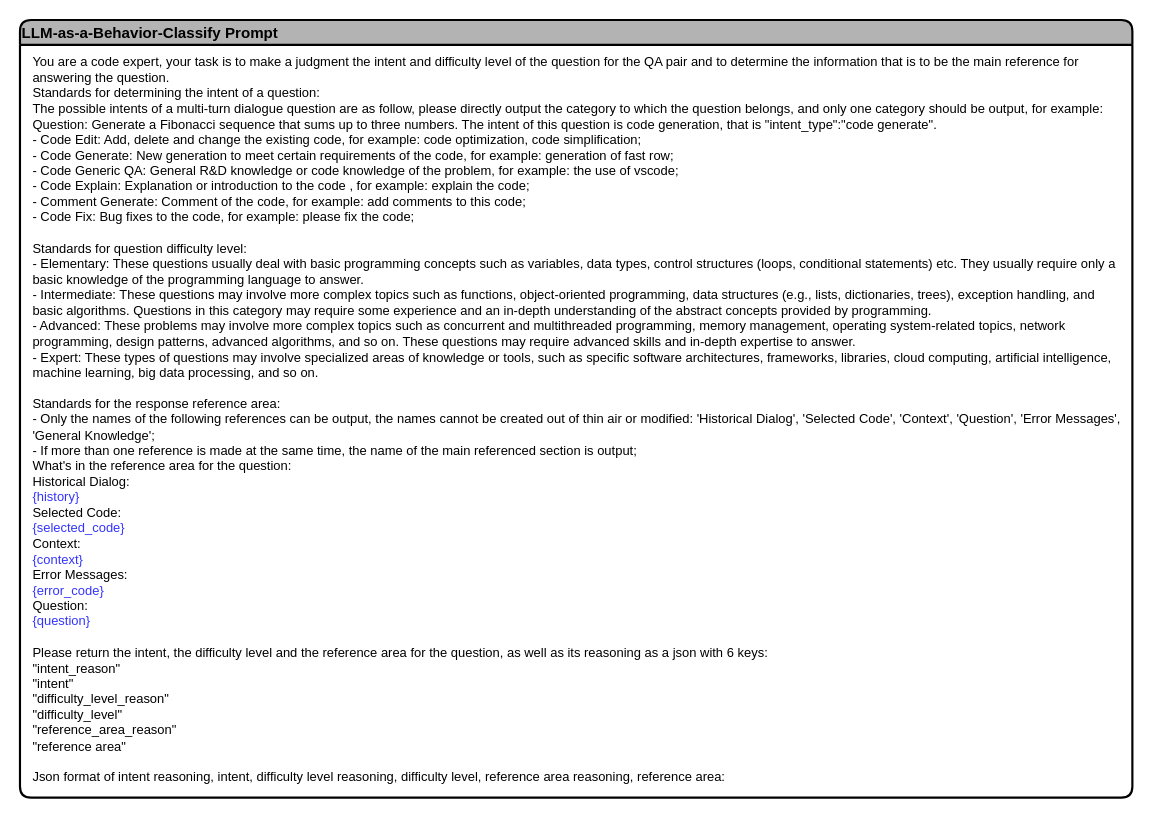
Above: DialogAgent/LLM classifier prompt.drawio in liangxiaoyun/drawio_pics (draw.io), before the change. Source tidied: cells renumbered, new cells numbered last; positions are measured from the earlier drawing's top-left corner, leaving out a move shared by most shapes. Both pictures are drawn from the tidied source at 108%, with x=0, y=0 at pixel (19, 19).
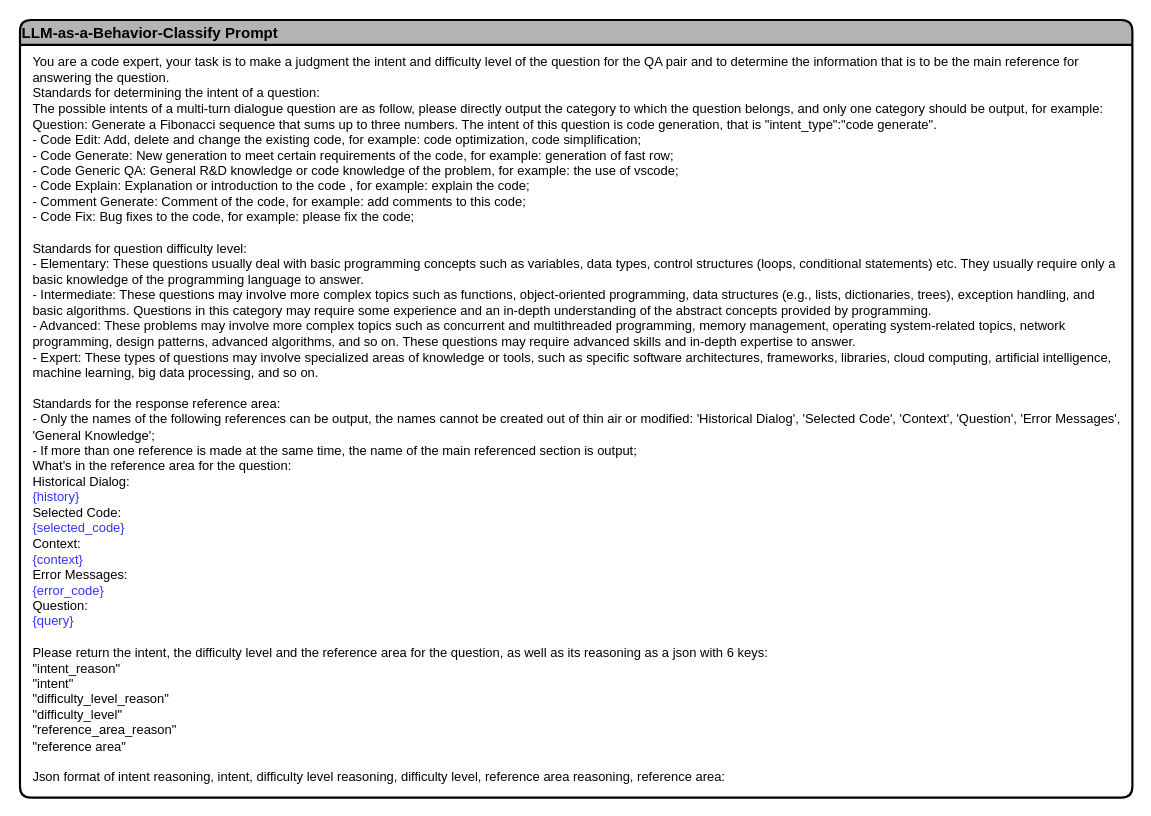
The same page after the edit.

The edit, as a diff of the source:
```diff
@@
 <mxGraphModel>
   <root>
     <mxCell id="0" />
     <mxCell id="1" parent="0" />
     <mxCell id="2" value="LLM-as-a-Behavior-Classify Prompt" style="swimlane;rounded=1;align=left;fillColor=#B3B3B3;strokeWidth=2;fontSize=14;" parent="1" vertex="1">
       <mxGeometry width="1030" height="720" as="geometry" />
     </mxCell>
-    <mxCell id="3" value="&lt;div&gt;&lt;span style=&quot;background-color: initial;&quot;&gt;You are a code expert,&amp;nbsp;&lt;/span&gt;&lt;span style=&quot;background-color: initial;&quot;&gt;your task is to&amp;nbsp;&lt;/span&gt;make a judgment&lt;span style=&quot;background-color: initial;&quot;&gt;&amp;nbsp;the intent and difficulty level of the question for the QA pair and to determine the information that is to be the main reference for answering the question.&lt;/span&gt;&lt;/div&gt;&lt;div&gt;Standards for determining the intent of a question:&lt;/div&gt;&lt;div&gt;The possible intents of a multi-turn dialogue question are as follow, please directly output the category to which the question belongs, and only one category should be output, for example: Question: Generate a Fibonacci sequence that sums up to three numbers. The intent of this question is code generation, that is &quot;intent_type&quot;:&quot;&lt;span style=&quot;text-align: center; text-wrap: nowrap;&quot;&gt;code generate&lt;/span&gt;&quot;.&lt;/div&gt;&lt;div&gt;- C&lt;span style=&quot;text-align: center; text-wrap: nowrap;&quot;&gt;ode Edit&lt;/span&gt;: Add, delete and change the existing code, for example: code optimization, code simplification;&lt;/div&gt;&lt;div&gt;- C&lt;span style=&quot;text-align: center; text-wrap: nowrap;&quot;&gt;ode Generate&lt;/span&gt;: New generation to meet certain requirements of the code, for example: generation of fast row;&lt;/div&gt;&lt;div&gt;- Code Generic QA: General R&amp;amp;D knowledge or code knowledge of the problem, for example: the use of vscode;&lt;/div&gt;&lt;div&gt;- C&lt;span style=&quot;text-align: center; text-wrap: nowrap;&quot;&gt;ode Explain&lt;/span&gt;: Explanation or introduction to the code , for example: explain the code;&lt;/div&gt;&lt;div&gt;- Comment Generate: Comment&amp;nbsp;of the code, for example: add comments to this code;&lt;/div&gt;&lt;div&gt;- C&lt;span style=&quot;text-align: center; text-wrap: nowrap;&quot;&gt;ode Fix&lt;/span&gt;: B&lt;span style=&quot;background-color: initial;&quot;&gt;ug fixes to the code, for example: please fix the code;&lt;/span&gt;&lt;/div&gt;&lt;div&gt;&lt;span style=&quot;background-color: initial;&quot;&gt;&lt;br&gt;&lt;/span&gt;&lt;/div&gt;&lt;div&gt;Standards for question difficulty level:&lt;/div&gt;&lt;div&gt;&lt;div&gt;- Elementary: These questions usually deal with basic programming concepts such as variables, data types, control structures (loops, conditional statements) etc. They usually require only a basic knowledge of the programming language to answer.&lt;/div&gt;&lt;div&gt;- Intermediate: These questions may involve more complex topics such as functions, object-oriented programming, data structures (e.g., lists, dictionaries, trees), exception handling, and basic algorithms. Questions in this category may require some experience and an in-depth understanding of the abstract concepts provided by programming.&lt;/div&gt;&lt;div&gt;- Advanced: These problems may involve more complex topics such as concurrent and multithreaded programming, memory management, operating system-related topics, network programming, design patterns, advanced algorithms, and so on. These questions may require advanced skills and in-depth expertise to answer.&lt;/div&gt;&lt;div&gt;- Expert: These types of questions may involve specialized areas of knowledge or tools, such as specific software architectures, frameworks, libraries, cloud computing, artificial intelligence, machine learning, big data processing, and so on.&lt;/div&gt;&lt;/div&gt;&lt;div&gt;&lt;br&gt;&lt;/div&gt;&lt;div&gt;&lt;div&gt;&lt;span style=&quot;background-color: initial;&quot;&gt;Standards&lt;/span&gt;&amp;nbsp;for the response reference area:&lt;/div&gt;&lt;div&gt;- Only the names of the following references can be output, the names cannot be created out of thin air or modified: 'Historical Dialog', 'Selected Code', 'Context', 'Question', 'Error Messages', 'General Knowledge';&lt;/div&gt;&lt;div&gt;- If more than one reference is made at the same time, the name of the main referenced section is output;&lt;/div&gt;&lt;div&gt;What's in the reference area for the question:&lt;/div&gt;&lt;div&gt;&lt;span style=&quot;background-color: initial;&quot;&gt;Historical Dialog&lt;/span&gt;:&lt;/div&gt;&lt;div&gt;&lt;font color=&quot;#3333ff&quot;&gt;{history}&lt;/font&gt;&lt;/div&gt;&lt;div&gt;Selected Code:&lt;/div&gt;&lt;div&gt;&lt;font color=&quot;#3333ff&quot;&gt;{selected_code}&lt;/font&gt;&lt;/div&gt;&lt;div&gt;&lt;span style=&quot;background-color: initial;&quot;&gt;Context&lt;/span&gt;:&lt;/div&gt;&lt;div&gt;&lt;font color=&quot;#3333ff&quot;&gt;{c&lt;span style=&quot;background-color: initial;&quot;&gt;ontext&lt;/span&gt;&lt;span style=&quot;background-color: initial;&quot;&gt;}&lt;/span&gt;&lt;/font&gt;&lt;/div&gt;&lt;div&gt;Error Messages:&lt;/div&gt;&lt;div&gt;&lt;font color=&quot;#3333ff&quot;&gt;{error_code}&lt;/font&gt;&lt;/div&gt;&lt;div&gt;Question:&lt;/div&gt;&lt;div&gt;&lt;font color=&quot;#3333ff&quot;&gt;{question}&lt;/font&gt;&lt;/div&gt;&lt;/div&gt;&lt;div&gt;&lt;br&gt;&lt;/div&gt;&lt;div&gt;Please return the intent, the&amp;nbsp;&lt;span style=&quot;background-color: initial;&quot;&gt;difficulty level&lt;/span&gt;&lt;span style=&quot;background-color: initial;&quot;&gt;&amp;nbsp;and the&amp;nbsp;&lt;/span&gt;&lt;span style=&quot;background-color: initial;&quot;&gt;reference area for the question, as well as&amp;nbsp;&lt;/span&gt;&lt;span style=&quot;background-color: initial;&quot;&gt;its reasoning&amp;nbsp;as a json&amp;nbsp;with 6 keys:&lt;/span&gt;&lt;/div&gt;&lt;div&gt;&quot;intent_reason&quot;&lt;/div&gt;&lt;div&gt;&quot;intent&quot;&lt;/div&gt;&lt;div&gt;&quot;difficulty_level_reason&quot;&lt;/div&gt;&lt;div&gt;&quot;difficulty_level&quot;&lt;/div&gt;&lt;div&gt;&quot;&lt;span style=&quot;background-color: initial;&quot;&gt;reference_area_reason&lt;/span&gt;&lt;span style=&quot;background-color: initial;&quot;&gt;&quot;&lt;/span&gt;&lt;/div&gt;&lt;div&gt;&lt;span style=&quot;background-color: initial;&quot;&gt;&quot;&lt;/span&gt;&lt;span style=&quot;background-color: initial;&quot;&gt;reference area&lt;/span&gt;&lt;span style=&quot;background-color: initial;&quot;&gt;&quot;&lt;/span&gt;&lt;/div&gt;&lt;div&gt;&lt;br&gt;&lt;/div&gt;&lt;div&gt;Json format of intent reasoning, intent, difficulty level reasoning, difficulty level,&amp;nbsp;&lt;span style=&quot;background-color: initial;&quot;&gt;reference area reasoning,&amp;nbsp;&lt;/span&gt;&lt;span style=&quot;background-color: initial;&quot;&gt;reference area&lt;/span&gt;&lt;span style=&quot;background-color: initial;&quot;&gt;:&lt;/span&gt;&lt;/div&gt;" style="text;html=1;align=left;verticalAlign=middle;whiteSpace=wrap;rounded=0;" parent="1" vertex="1">
+    <mxCell id="3" value="&lt;div&gt;&lt;span style=&quot;background-color: initial;&quot;&gt;You are a code expert,&amp;nbsp;&lt;/span&gt;&lt;span style=&quot;background-color: initial;&quot;&gt;your task is to&amp;nbsp;&lt;/span&gt;make a judgment&lt;span style=&quot;background-color: initial;&quot;&gt;&amp;nbsp;the intent and difficulty level of the question for the QA pair and to determine the information that is to be the main reference for answering the question.&lt;/span&gt;&lt;/div&gt;&lt;div&gt;Standards for determining the intent of a question:&lt;/div&gt;&lt;div&gt;The possible intents of a multi-turn dialogue question are as follow, please directly output the category to which the question belongs, and only one category should be output, for example: Question: Generate a Fibonacci sequence that sums up to three numbers. The intent of this question is code generation, that is &quot;intent_type&quot;:&quot;&lt;span style=&quot;text-align: center; text-wrap: nowrap;&quot;&gt;code generate&lt;/span&gt;&quot;.&lt;/div&gt;&lt;div&gt;- C&lt;span style=&quot;text-align: center; text-wrap: nowrap;&quot;&gt;ode Edit&lt;/span&gt;: Add, delete and change the existing code, for example: code optimization, code simplification;&lt;/div&gt;&lt;div&gt;- C&lt;span style=&quot;text-align: center; text-wrap: nowrap;&quot;&gt;ode Generate&lt;/span&gt;: New generation to meet certain requirements of the code, for example: generation of fast row;&lt;/div&gt;&lt;div&gt;- Code Generic QA: General R&amp;amp;D knowledge or code knowledge of the problem, for example: the use of vscode;&lt;/div&gt;&lt;div&gt;- C&lt;span style=&quot;text-align: center; text-wrap: nowrap;&quot;&gt;ode Explain&lt;/span&gt;: Explanation or introduction to the code , for example: explain the code;&lt;/div&gt;&lt;div&gt;- Comment Generate: Comment&amp;nbsp;of the code, for example: add comments to this code;&lt;/div&gt;&lt;div&gt;- C&lt;span style=&quot;text-align: center; text-wrap: nowrap;&quot;&gt;ode Fix&lt;/span&gt;: B&lt;span style=&quot;background-color: initial;&quot;&gt;ug fixes to the code, for example: please fix the code;&lt;/span&gt;&lt;/div&gt;&lt;div&gt;&lt;span style=&quot;background-color: initial;&quot;&gt;&lt;br&gt;&lt;/span&gt;&lt;/div&gt;&lt;div&gt;Standards for question difficulty level:&lt;/div&gt;&lt;div&gt;&lt;div&gt;- Elementary: These questions usually deal with basic programming concepts such as variables, data types, control structures (loops, conditional statements) etc. They usually require only a basic knowledge of the programming language to answer.&lt;/div&gt;&lt;div&gt;- Intermediate: These questions may involve more complex topics such as functions, object-oriented programming, data structures (e.g., lists, dictionaries, trees), exception handling, and basic algorithms. Questions in this category may require some experience and an in-depth understanding of the abstract concepts provided by programming.&lt;/div&gt;&lt;div&gt;- Advanced: These problems may involve more complex topics such as concurrent and multithreaded programming, memory management, operating system-related topics, network programming, design patterns, advanced algorithms, and so on. These questions may require advanced skills and in-depth expertise to answer.&lt;/div&gt;&lt;div&gt;- Expert: These types of questions may involve specialized areas of knowledge or tools, such as specific software architectures, frameworks, libraries, cloud computing, artificial intelligence, machine learning, big data processing, and so on.&lt;/div&gt;&lt;/div&gt;&lt;div&gt;&lt;br&gt;&lt;/div&gt;&lt;div&gt;&lt;div&gt;&lt;span style=&quot;background-color: initial;&quot;&gt;Standards&lt;/span&gt;&amp;nbsp;for the response reference area:&lt;/div&gt;&lt;div&gt;- Only the names of the following references can be output, the names cannot be created out of thin air or modified: 'Historical Dialog', 'Selected Code', 'Context', 'Question', 'Error Messages', 'General Knowledge';&lt;/div&gt;&lt;div&gt;- If more than one reference is made at the same time, the name of the main referenced section is output;&lt;/div&gt;&lt;div&gt;What's in the reference area for the question:&lt;/div&gt;&lt;div&gt;&lt;span style=&quot;background-color: initial;&quot;&gt;Historical Dialog&lt;/span&gt;:&lt;/div&gt;&lt;div&gt;&lt;font color=&quot;#3333ff&quot;&gt;{history}&lt;/font&gt;&lt;/div&gt;&lt;div&gt;Selected Code:&lt;/div&gt;&lt;div&gt;&lt;font color=&quot;#3333ff&quot;&gt;{selected_code}&lt;/font&gt;&lt;/div&gt;&lt;div&gt;&lt;span style=&quot;background-color: initial;&quot;&gt;Context&lt;/span&gt;:&lt;/div&gt;&lt;div&gt;&lt;font color=&quot;#3333ff&quot;&gt;{c&lt;span style=&quot;background-color: initial;&quot;&gt;ontext&lt;/span&gt;&lt;span style=&quot;background-color: initial;&quot;&gt;}&lt;/span&gt;&lt;/font&gt;&lt;/div&gt;&lt;div&gt;Error Messages:&lt;/div&gt;&lt;div&gt;&lt;font color=&quot;#3333ff&quot;&gt;{error_code}&lt;/font&gt;&lt;/div&gt;&lt;div&gt;Question:&lt;/div&gt;&lt;div&gt;&lt;font color=&quot;#3333ff&quot;&gt;{query}&lt;/font&gt;&lt;/div&gt;&lt;/div&gt;&lt;div&gt;&lt;br&gt;&lt;/div&gt;&lt;div&gt;Please return the intent, the&amp;nbsp;&lt;span style=&quot;background-color: initial;&quot;&gt;difficulty level&lt;/span&gt;&lt;span style=&quot;background-color: initial;&quot;&gt;&amp;nbsp;and the&amp;nbsp;&lt;/span&gt;&lt;span style=&quot;background-color: initial;&quot;&gt;reference area for the question, as well as&amp;nbsp;&lt;/span&gt;&lt;span style=&quot;background-color: initial;&quot;&gt;its reasoning&amp;nbsp;as a json&amp;nbsp;with 6 keys:&lt;/span&gt;&lt;/div&gt;&lt;div&gt;&quot;intent_reason&quot;&lt;/div&gt;&lt;div&gt;&quot;intent&quot;&lt;/div&gt;&lt;div&gt;&quot;difficulty_level_reason&quot;&lt;/div&gt;&lt;div&gt;&quot;difficulty_level&quot;&lt;/div&gt;&lt;div&gt;&quot;&lt;span style=&quot;background-color: initial;&quot;&gt;reference_area_reason&lt;/span&gt;&lt;span style=&quot;background-color: initial;&quot;&gt;&quot;&lt;/span&gt;&lt;/div&gt;&lt;div&gt;&lt;span style=&quot;background-color: initial;&quot;&gt;&quot;&lt;/span&gt;&lt;span style=&quot;background-color: initial;&quot;&gt;reference area&lt;/span&gt;&lt;span style=&quot;background-color: initial;&quot;&gt;&quot;&lt;/span&gt;&lt;/div&gt;&lt;div&gt;&lt;br&gt;&lt;/div&gt;&lt;div&gt;Json format of intent reasoning, intent, difficulty level reasoning, difficulty level,&amp;nbsp;&lt;span style=&quot;background-color: initial;&quot;&gt;reference area reasoning,&amp;nbsp;&lt;/span&gt;&lt;span style=&quot;background-color: initial;&quot;&gt;reference area&lt;/span&gt;&lt;span style=&quot;background-color: initial;&quot;&gt;:&lt;/span&gt;&lt;/div&gt;" style="text;html=1;align=left;verticalAlign=middle;whiteSpace=wrap;rounded=0;" parent="1" vertex="1">
       <mxGeometry x="10" y="70" width="1010" height="600" as="geometry" />
     </mxCell>
   </root>
 </mxGraphModel>
```
